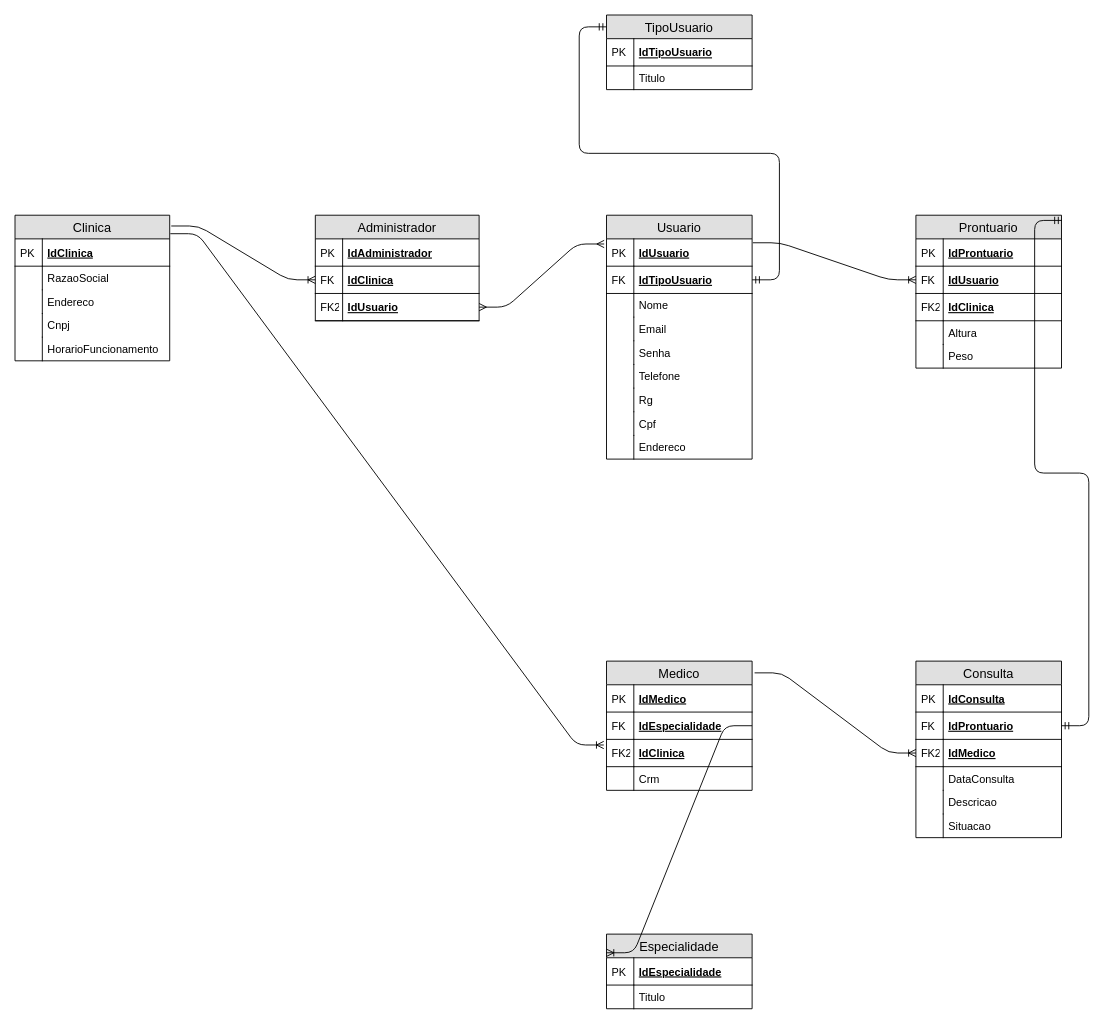
The draw.io diagram Modelagens/ModelagemLogicaSpMedGroup.drawio in devjoaofarias/ProjetoSpMedGroup, before the edit. Source tidied: cells renumbered, new cells numbered last; positions are measured from the earlier drawing's top-left corner, leaving out a move shared by most shapes. Both pictures are drawn from the tidied source at 91%, with x=0, y=0 at pixel (15, 15).
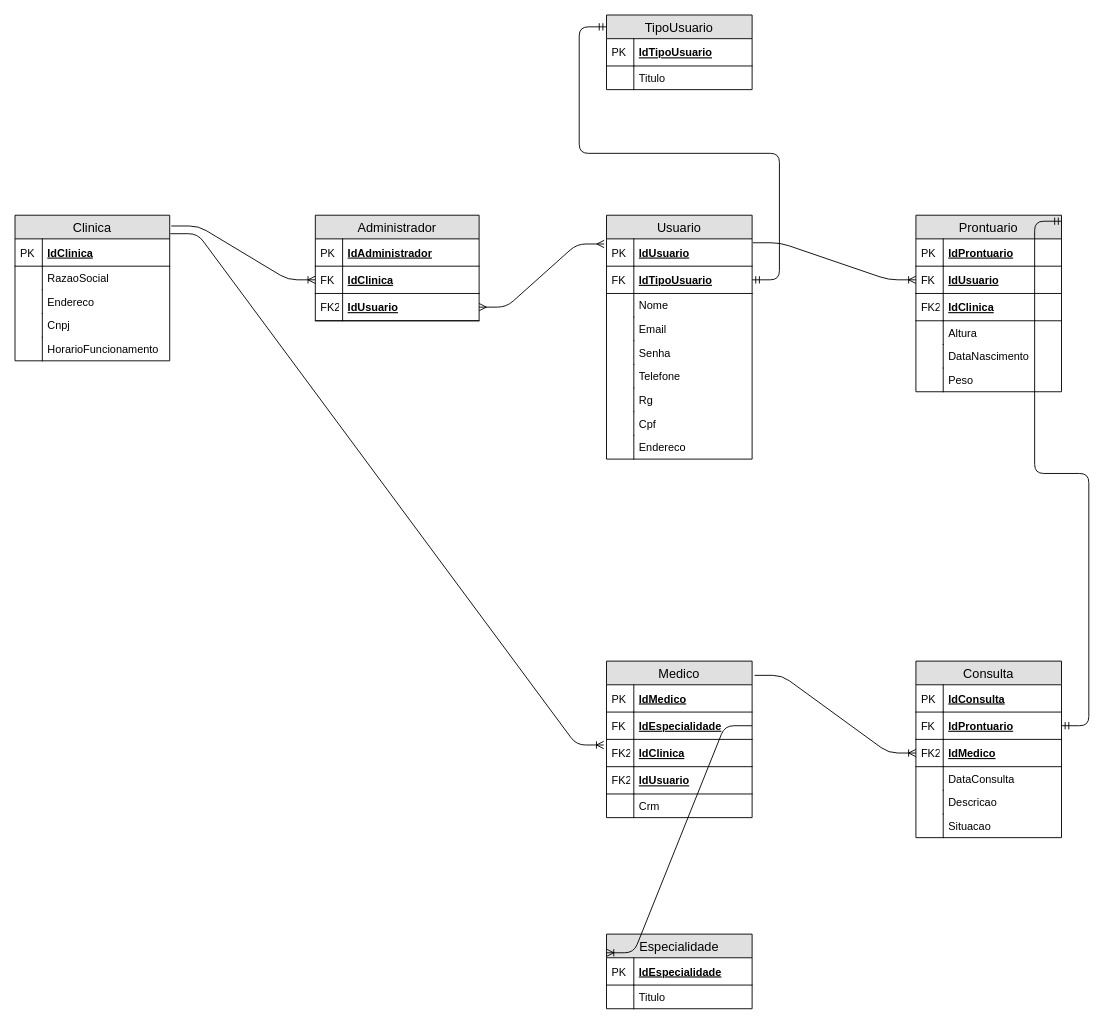
Above is the later version.

What changed in the source:
```diff
@@
     <mxCell id="44" value="Prontuario" style="swimlane;fontStyle=0;horizontal=1;startSize=26;fillColor=#e0e0e0;swimlaneFillColor=#ffffff;align=center;fontSize=14;" parent="1" vertex="1">
-      <mxGeometry x="990" y="220" width="160" height="168" as="geometry" />
+      <mxGeometry x="990" y="220" width="160" height="194" as="geometry" />
     </mxCell>
@@
+    <mxCell id="90" value="DataNascimento" style="shape=partialRectangle;top=0;left=0;right=0;bottom=0;align=left;verticalAlign=top;fillColor=none;spacingLeft=34;spacingRight=4;overflow=hidden;fontSize=12;" parent="44" vertex="1">
+      <mxGeometry y="142" width="160" height="26" as="geometry" />
+    </mxCell>
+    <mxCell id="91" style="shape=partialRectangle;top=0;left=0;bottom=0;fillColor=none;align=left;verticalAlign=top;spacingLeft=4;spacingRight=4;overflow=hidden;fontSize=12;" parent="90" vertex="1">
+      <mxGeometry width="30" height="26" as="geometry" />
+    </mxCell>
     <mxCell id="53" value="Peso" style="shape=partialRectangle;top=0;left=0;right=0;bottom=0;align=left;verticalAlign=top;fillColor=none;spacingLeft=34;spacingRight=4;overflow=hidden;fontSize=12;" parent="44" vertex="1">
-      <mxGeometry y="142" width="160" height="26" as="geometry" />
+      <mxGeometry y="168" width="160" height="26" as="geometry" />
     </mxCell>
@@
     <mxCell id="68" value="Medico" style="swimlane;fontStyle=0;horizontal=1;startSize=26;fillColor=#e0e0e0;swimlaneFillColor=#ffffff;align=center;fontSize=14;" parent="1" vertex="1">
-      <mxGeometry x="650" y="710" width="160" height="142" as="geometry" />
+      <mxGeometry x="650" y="710" width="160" height="172" as="geometry" />
     </mxCell>
@@
+    <mxCell id="92" value="IdUsuario" style="shape=partialRectangle;top=0;left=0;right=0;bottom=1;align=left;verticalAlign=middle;fillColor=none;spacingLeft=34;spacingRight=4;overflow=hidden;fontStyle=5;fontSize=12;" parent="68" vertex="1">
+      <mxGeometry y="116" width="160" height="30" as="geometry" />
+    </mxCell>
+    <mxCell id="93" value="FK2" style="shape=partialRectangle;top=0;left=0;bottom=0;fillColor=none;align=left;verticalAlign=middle;spacingLeft=4;spacingRight=4;overflow=hidden;fontSize=12;" parent="92" vertex="1">
+      <mxGeometry width="30" height="30" as="geometry" />
+    </mxCell>
     <mxCell id="75" value="Crm" style="shape=partialRectangle;top=0;left=0;right=0;bottom=0;align=left;verticalAlign=top;fillColor=none;spacingLeft=34;spacingRight=4;overflow=hidden;fontSize=12;" parent="68" vertex="1">
-      <mxGeometry y="116" width="160" height="26" as="geometry" />
+      <mxGeometry y="146" width="160" height="26" as="geometry" />
     </mxCell>
```
